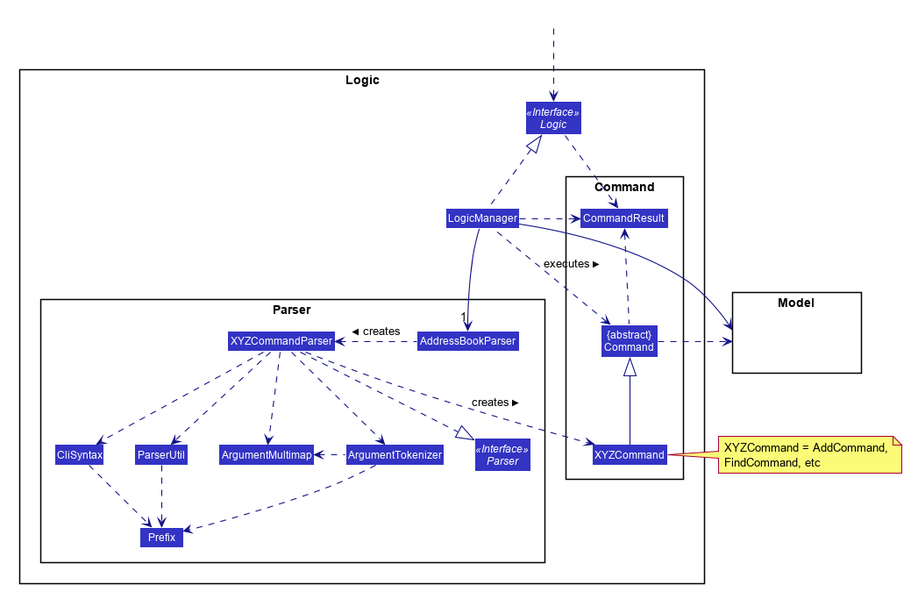
This is docs/images/LogicClassDiagram.png from nus-cs2103-AY2021S2/tp, a PlantUML export, as it was before one commit.
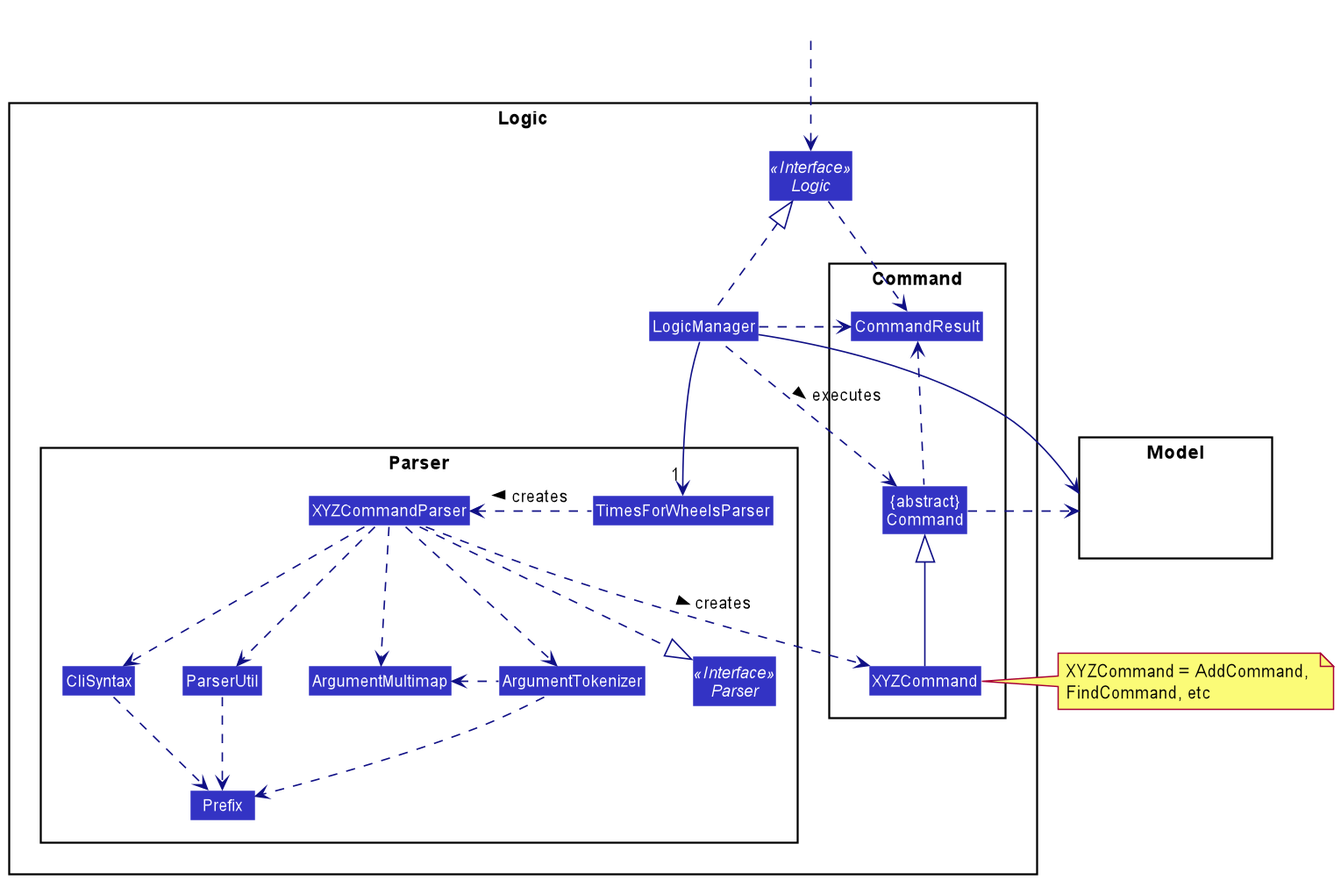
After the change.

The edit, as a diff of the source:
```diff
@@ -1,61 +1,14 @@
 @startuml
-
-
-
-
-
-
-
-
-skinparam BackgroundColor #FFFFFFF
-
-skinparam Shadowing false
-
-skinparam Class {
-    FontColor #FFFFFF
-    BorderThickness 1
-    BorderColor #FFFFFF
-    StereotypeFontColor #FFFFFF
-    FontName Arial
-}
-
-skinparam Actor {
-    BorderColor #000000
-    Color #000000
-    FontName Arial
-}
-
-skinparam Sequence {
-    MessageAlign center
-    BoxFontSize 15
-    BoxPadding 0
-    BoxFontColor #FFFFFF
-    FontName Arial
-}
-
-skinparam Participant {
-    FontColor #FFFFFFF
-    Padding 20
-}
-
-skinparam MinClassWidth 50
-skinparam ParticipantPadding 10
-skinparam Shadowing false
-skinparam DefaultTextAlignment center
-skinparam packageStyle Rectangle
-
-hide footbox
-hide members
-hide circle
+!include style.puml
 skinparam arrowThickness 1.1
-skinparam arrowColor #101086
-skinparam classBackgroundColor #3333C4
+skinparam arrowColor LOGIC_COLOR_T4
+skinparam classBackgroundColor LOGIC_COLOR
 
 package Logic {
 
 package Parser {
 Interface Parser <<Interface>>
-Class AddressBookParser
+Class TimesForWheelsParser
 Class XYZCommandParser
 Class CliSyntax
 Class ParserUtil
@@ -82,8 +35,8 @@
 HiddenOutside ..> Logic
 
 LogicManager .up.|> Logic
-LogicManager -->"1" AddressBookParser
-AddressBookParser .left.> XYZCommandParser: creates >
+LogicManager -->"1" TimesForWheelsParser
+TimesForWheelsParser .left.> XYZCommandParser: creates >
 
 XYZCommandParser ..> XYZCommand : creates >
 XYZCommandParser ..|> Parser
```
